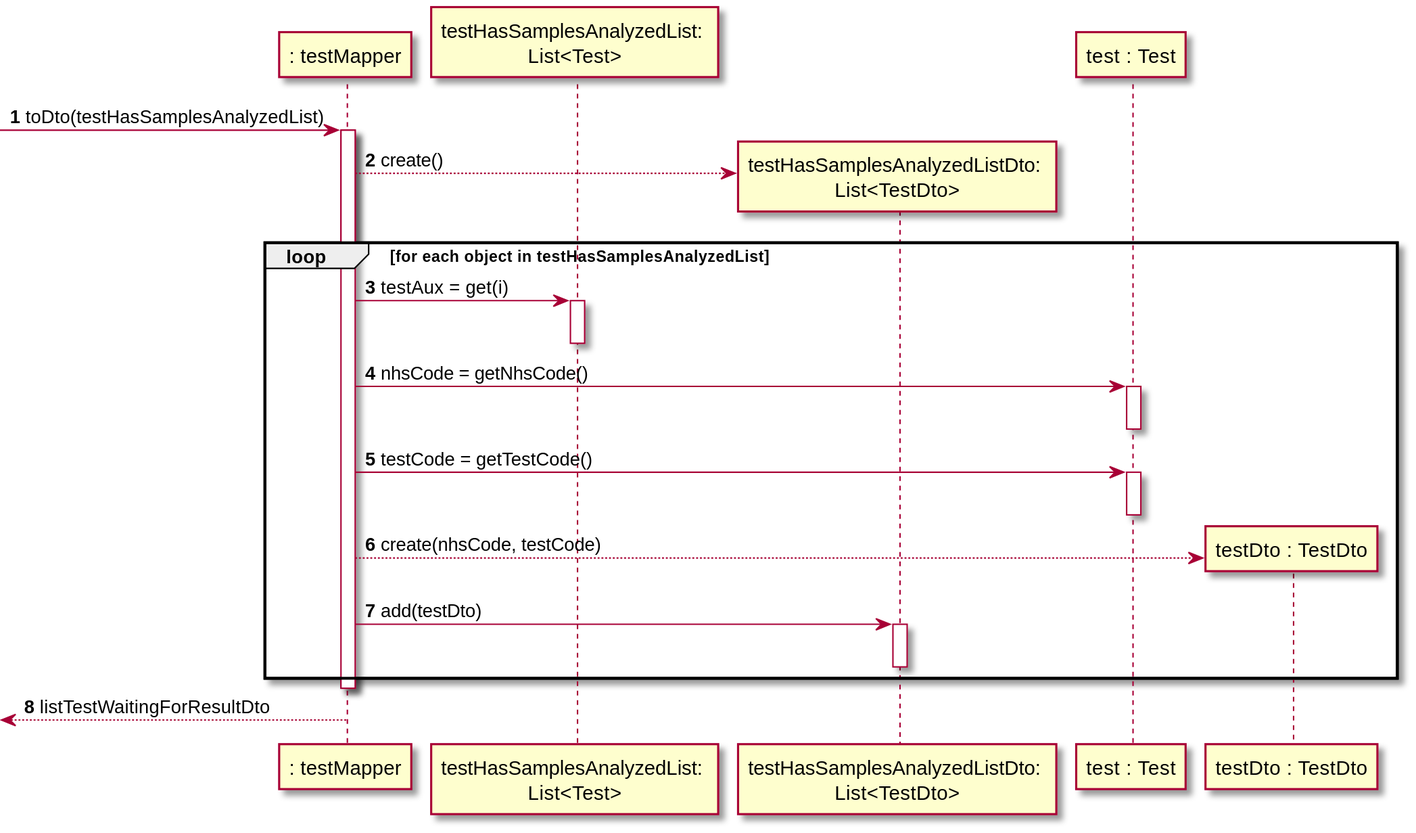
manu-07-ela/LAPR2_ISEP keeps this PlantUML diagram as docs/SprintC/US14/SD_TestMapper_toDto_List.svg. Above is the earlier version. Its diagram source:
```plantuml
@startuml
autonumber

participant ": testMapper" as MAPPER
participant "testHasSamplesAnalyzedList: \nList<Test>" as LTestSA
participant "testHasSamplesAnalyzedListDto: \nList<TestDto>" as LTestSADTO
participant "test : Test" as TEST
participant "testDto : TestDto" as TESTDTO

-> MAPPER : toDto(testHasSamplesAnalyzedList)
activate MAPPER
MAPPER --> LTestSADTO** : create()
loop for each object in testHasSamplesAnalyzedList
MAPPER -> LTestSA : testAux = get(i)
activate LTestSA
deactivate LTestSA
MAPPER -> TEST : nhsCode = getNhsCode()
activate TEST
deactivate TEST
MAPPER -> TEST : testCode = getTestCode()
activate TEST
deactivate TEST
MAPPER --> TESTDTO** : create(nhsCode, testCode)
MAPPER -> LTestSADTO : add(testDto)
activate LTestSADTO
deactivate LTestSADTO
end
deactivate MAPPER
<-- MAPPER : listTestWaitingForResultDto

@enduml
```
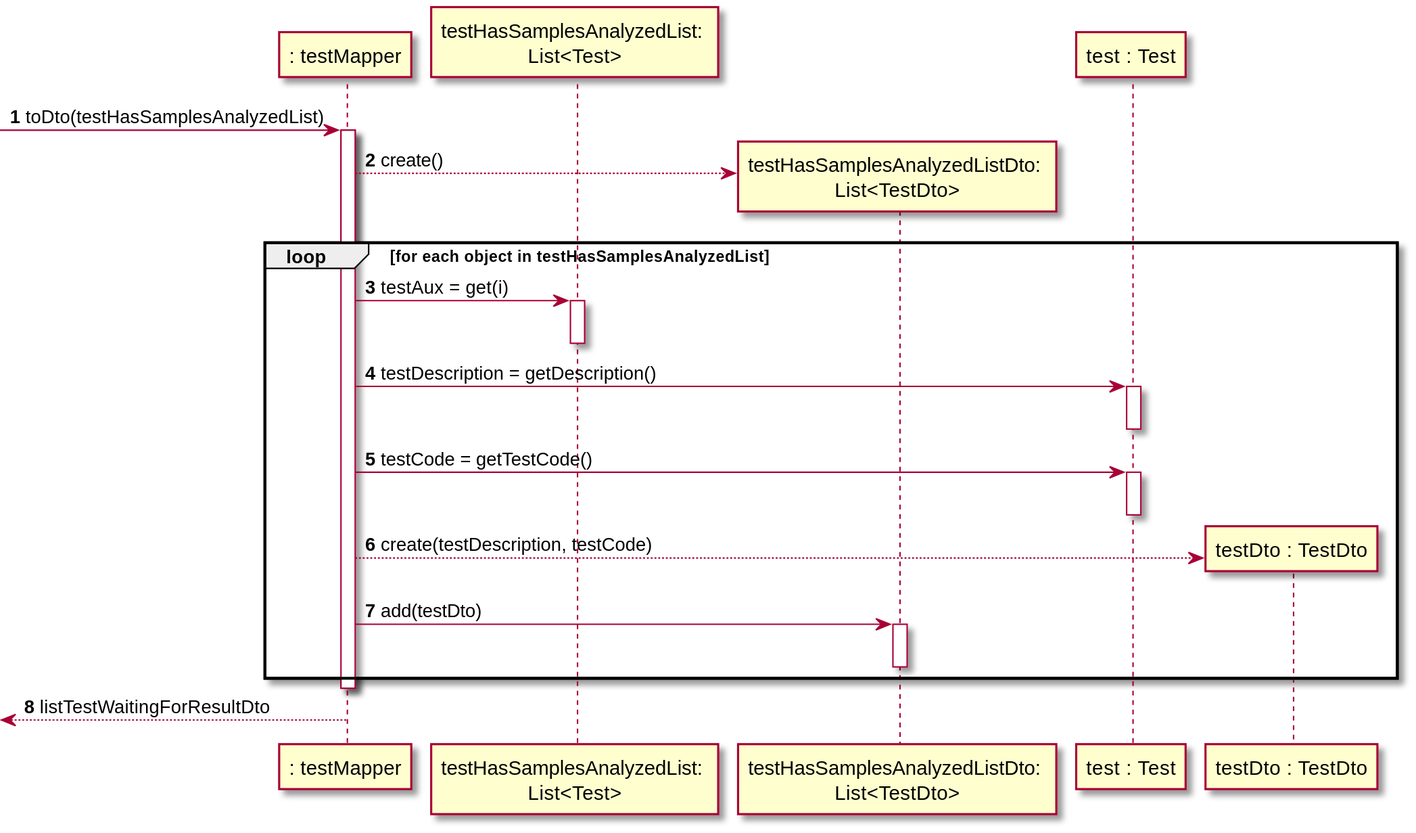
After the commit.

Diff of the diagram source:
```diff
@@ -14,13 +14,13 @@
 MAPPER -> LTestSA : testAux = get(i)
 activate LTestSA
 deactivate LTestSA
-MAPPER -> TEST : nhsCode = getNhsCode()
+MAPPER -> TEST : testDescription = getDescription()
 activate TEST
 deactivate TEST
 MAPPER -> TEST : testCode = getTestCode()
 activate TEST
 deactivate TEST
-MAPPER --> TESTDTO** : create(nhsCode, testCode)
+MAPPER --> TESTDTO** : create(testDescription, testCode)
 MAPPER -> LTestSADTO : add(testDto)
 activate LTestSADTO
 deactivate LTestSADTO
```
